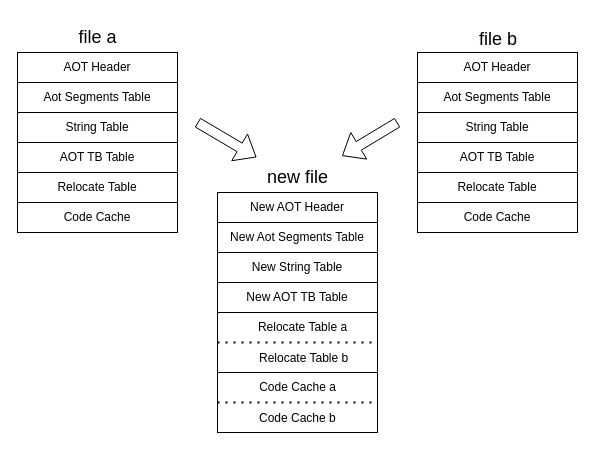
This is page "第 42 页" (42 of 52) of lajit.drawio from ganjue66da/ganjue66da, a draw.io file, before an edit. Source tidied: cells renumbered, new cells numbered last; positions are measured from the earlier drawing's top-left corner, leaving out a move shared by most shapes. Both pictures are drawn from the tidied source at 100%, with x=0, y=0 at pixel (17, 17).
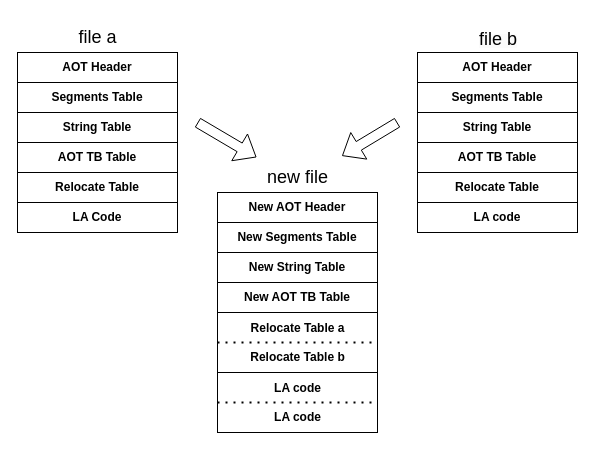
The same page after the edit.

Change to the diagram source:
```diff
@@
-    <mxCell id="2" value="AOT Header" style="rounded=0;whiteSpace=wrap;html=1;" parent="1" vertex="1">
+    <mxCell id="2" value="&lt;b&gt;AOT Header&lt;/b&gt;" style="rounded=0;whiteSpace=wrap;html=1;" parent="1" vertex="1">
       <mxGeometry y="35" width="160" height="30" as="geometry" />
     </mxCell>
-    <mxCell id="3" value="Aot Segments Table" style="rounded=0;whiteSpace=wrap;html=1;" parent="1" vertex="1">
+    <mxCell id="3" value="&lt;b&gt;Segments Table&lt;/b&gt;" style="rounded=0;whiteSpace=wrap;html=1;" parent="1" vertex="1">
       <mxGeometry y="65" width="160" height="30" as="geometry" />
     </mxCell>
-    <mxCell id="4" value="String Table" style="rounded=0;whiteSpace=wrap;html=1;" parent="1" vertex="1">
+    <mxCell id="4" value="&lt;b&gt;String Table&lt;/b&gt;" style="rounded=0;whiteSpace=wrap;html=1;" parent="1" vertex="1">
       <mxGeometry y="95" width="160" height="30" as="geometry" />
     </mxCell>
-    <mxCell id="5" value="AOT TB Table" style="rounded=0;whiteSpace=wrap;html=1;" parent="1" vertex="1">
+    <mxCell id="5" value="&lt;b&gt;AOT TB Table&lt;/b&gt;" style="rounded=0;whiteSpace=wrap;html=1;" parent="1" vertex="1">
       <mxGeometry y="125" width="160" height="30" as="geometry" />
     </mxCell>
-    <mxCell id="6" value="Code Cache" style="rounded=0;whiteSpace=wrap;html=1;" parent="1" vertex="1">
+    <mxCell id="6" value="&lt;b&gt;LA Code&lt;/b&gt;" style="rounded=0;whiteSpace=wrap;html=1;" parent="1" vertex="1">
       <mxGeometry y="185" width="160" height="30" as="geometry" />
     </mxCell>
-    <mxCell id="7" value="AOT Header" style="rounded=0;whiteSpace=wrap;html=1;" parent="1" vertex="1">
+    <mxCell id="7" value="&lt;b&gt;AOT Header&lt;/b&gt;" style="rounded=0;whiteSpace=wrap;html=1;" parent="1" vertex="1">
       <mxGeometry x="400" y="35" width="160" height="30" as="geometry" />
     </mxCell>
-    <mxCell id="8" value="Aot Segments Table" style="rounded=0;whiteSpace=wrap;html=1;" parent="1" vertex="1">
+    <mxCell id="8" value="&lt;b&gt;Segments Table&lt;/b&gt;" style="rounded=0;whiteSpace=wrap;html=1;" parent="1" vertex="1">
       <mxGeometry x="400" y="65" width="160" height="30" as="geometry" />
     </mxCell>
-    <mxCell id="9" value="String Table" style="rounded=0;whiteSpace=wrap;html=1;" parent="1" vertex="1">
+    <mxCell id="9" value="&lt;b&gt;String Table&lt;/b&gt;" style="rounded=0;whiteSpace=wrap;html=1;" parent="1" vertex="1">
       <mxGeometry x="400" y="95" width="160" height="30" as="geometry" />
     </mxCell>
-    <mxCell id="10" value="AOT TB Table" style="rounded=0;whiteSpace=wrap;html=1;" parent="1" vertex="1">
+    <mxCell id="10" value="&lt;b&gt;AOT TB Table&lt;/b&gt;" style="rounded=0;whiteSpace=wrap;html=1;" parent="1" vertex="1">
       <mxGeometry x="400" y="125" width="160" height="30" as="geometry" />
     </mxCell>
-    <mxCell id="11" value="Code Cache" style="rounded=0;whiteSpace=wrap;html=1;" parent="1" vertex="1">
+    <mxCell id="11" value="&lt;b&gt;LA code&lt;/b&gt;" style="rounded=0;whiteSpace=wrap;html=1;" parent="1" vertex="1">
       <mxGeometry x="400" y="185" width="160" height="30" as="geometry" />
     </mxCell>
-    <mxCell id="12" value="New AOT Header" style="rounded=0;whiteSpace=wrap;html=1;" parent="1" vertex="1">
+    <mxCell id="12" value="&lt;b&gt;New AOT Header&lt;/b&gt;" style="rounded=0;whiteSpace=wrap;html=1;" parent="1" vertex="1">
       <mxGeometry x="200" y="175" width="160" height="30" as="geometry" />
     </mxCell>
-    <mxCell id="13" value="New Aot Segments Table" style="rounded=0;whiteSpace=wrap;html=1;" parent="1" vertex="1">
+    <mxCell id="13" value="&lt;b&gt;New Segments Table&lt;/b&gt;" style="rounded=0;whiteSpace=wrap;html=1;" parent="1" vertex="1">
       <mxGeometry x="200" y="205" width="160" height="30" as="geometry" />
     </mxCell>
-    <mxCell id="14" value="New String Table" style="rounded=0;whiteSpace=wrap;html=1;" parent="1" vertex="1">
+    <mxCell id="14" value="&lt;b&gt;New String Table&lt;/b&gt;" style="rounded=0;whiteSpace=wrap;html=1;" parent="1" vertex="1">
       <mxGeometry x="200" y="235" width="160" height="30" as="geometry" />
     </mxCell>
-    <mxCell id="15" value="New AOT TB Table" style="rounded=0;whiteSpace=wrap;html=1;" parent="1" vertex="1">
+    <mxCell id="15" value="&lt;b&gt;New AOT TB Table&lt;/b&gt;" style="rounded=0;whiteSpace=wrap;html=1;" parent="1" vertex="1">
       <mxGeometry x="200" y="265" width="160" height="30" as="geometry" />
     </mxCell>
@@
-    <mxCell id="17" value="Relocate Table&amp;nbsp;a" style="text;html=1;align=center;verticalAlign=middle;strokeColor=none;fillColor=none;" parent="1" vertex="1">
-      <mxGeometry x="230" y="295" width="110" height="30" as="geometry" />
+    <mxCell id="17" value="&lt;b&gt;Relocate Table&amp;nbsp;a&lt;br&gt;&lt;br&gt;&lt;/b&gt;&lt;b style=&quot;border-color: var(--border-color);&quot;&gt;Relocate Table&amp;nbsp;b&lt;/b&gt;&lt;b&gt;&lt;br&gt;&lt;/b&gt;" style="text;html=1;align=center;verticalAlign=middle;strokeColor=none;fillColor=none;" parent="1" vertex="1">
+      <mxGeometry x="220" y="295" width="120" height="60" as="geometry" />
     </mxCell>
-    <mxCell id="18" value="&lt;span style=&quot;color: rgb(0, 0, 0); font-family: Helvetica; font-size: 12px; font-style: normal; font-variant-ligatures: normal; font-variant-caps: normal; font-weight: 400; letter-spacing: normal; orphans: 2; text-align: center; text-indent: 0px; text-transform: none; widows: 2; word-spacing: 0px; -webkit-text-stroke-width: 0px; background-color: rgb(251, 251, 251); text-decoration-thickness: initial; text-decoration-style: initial; text-decoration-color: initial; float: none; display: inline !important;&quot;&gt;Relocate Table&amp;nbsp;b&lt;/span&gt;" style="text;whiteSpace=wrap;html=1;" parent="1" vertex="1">
-      <mxGeometry x="240" y="327" width="110" height="40" as="geometry" />
-    </mxCell>
@@
-    <mxCell id="23" value="Relocate Table" style="rounded=0;whiteSpace=wrap;html=1;" parent="1" vertex="1">
+    <mxCell id="23" value="&lt;b&gt;Relocate Table&lt;/b&gt;" style="rounded=0;whiteSpace=wrap;html=1;" parent="1" vertex="1">
       <mxGeometry y="155" width="160" height="30" as="geometry" />
     </mxCell>
-    <mxCell id="24" value="Relocate Table" style="rounded=0;whiteSpace=wrap;html=1;" parent="1" vertex="1">
+    <mxCell id="24" value="&lt;b&gt;Relocate Table&lt;/b&gt;" style="rounded=0;whiteSpace=wrap;html=1;" parent="1" vertex="1">
       <mxGeometry x="400" y="155" width="160" height="30" as="geometry" />
     </mxCell>
@@
-    <mxCell id="26" value="Code Cache a" style="text;html=1;align=center;verticalAlign=middle;strokeColor=none;fillColor=none;" parent="1" vertex="1">
-      <mxGeometry x="230" y="355" width="100" height="30" as="geometry" />
+    <mxCell id="26" value="&lt;b&gt;LA code&lt;br&gt;&lt;br&gt;LA code&lt;br&gt;&lt;/b&gt;" style="text;html=1;align=center;verticalAlign=middle;strokeColor=none;fillColor=none;" parent="1" vertex="1">
+      <mxGeometry x="245" y="355" width="70" height="60" as="geometry" />
     </mxCell>
-    <mxCell id="27" value="&lt;span style=&quot;color: rgb(0, 0, 0); font-family: Helvetica; font-size: 12px; font-style: normal; font-variant-ligatures: normal; font-variant-caps: normal; font-weight: 400; letter-spacing: normal; orphans: 2; text-align: center; text-indent: 0px; text-transform: none; widows: 2; word-spacing: 0px; -webkit-text-stroke-width: 0px; background-color: rgb(251, 251, 251); text-decoration-thickness: initial; text-decoration-style: initial; text-decoration-color: initial; float: none; display: inline !important;&quot;&gt;Code Cache b&lt;/span&gt;" style="text;whiteSpace=wrap;html=1;" parent="1" vertex="1">
-      <mxGeometry x="240" y="387" width="110" height="40" as="geometry" />
-    </mxCell>
```
